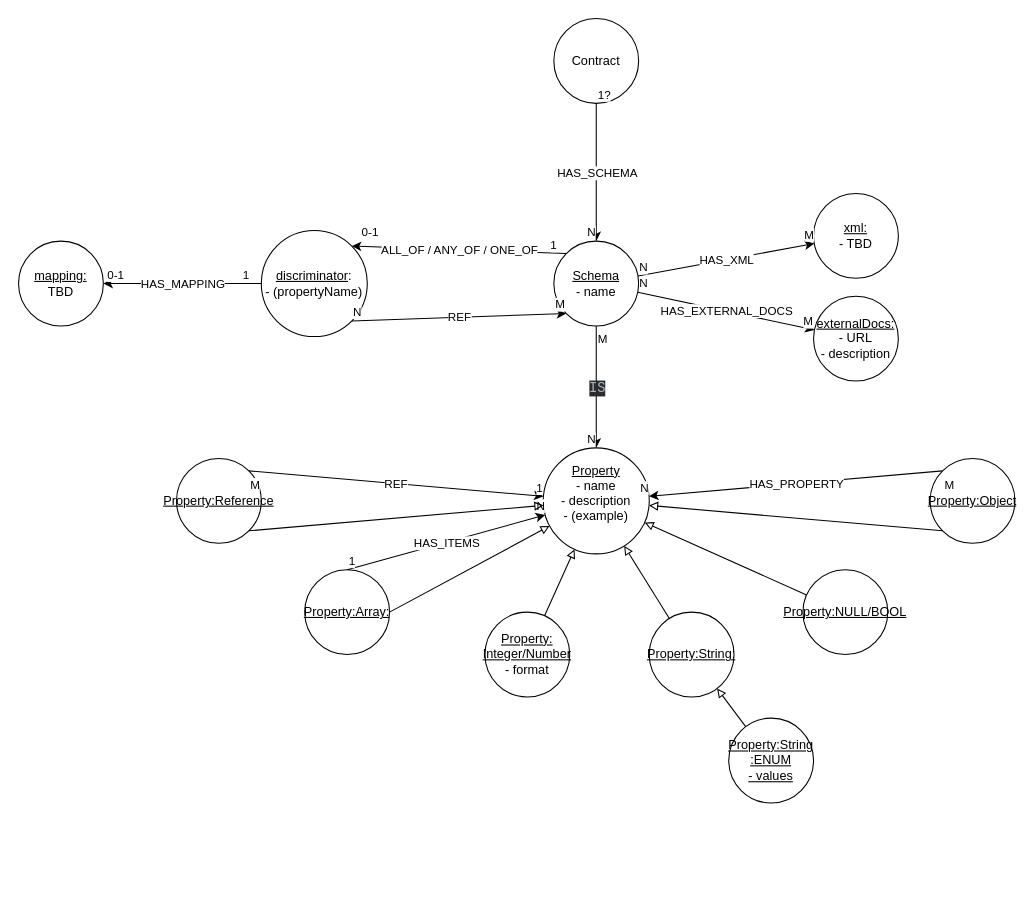
This is doc/topics/models/drawio files/Components.drawio from jqassistant-plugin/jqassistant-openapi-plugin, a draw.io file, before an edit. Source tidied: cells renumbered, new cells numbered last; positions are measured from the earlier drawing's top-left corner, leaving out a move shared by most shapes. Both pictures are drawn from the tidied source at 106%, with x=0, y=0 at pixel (18, 18).
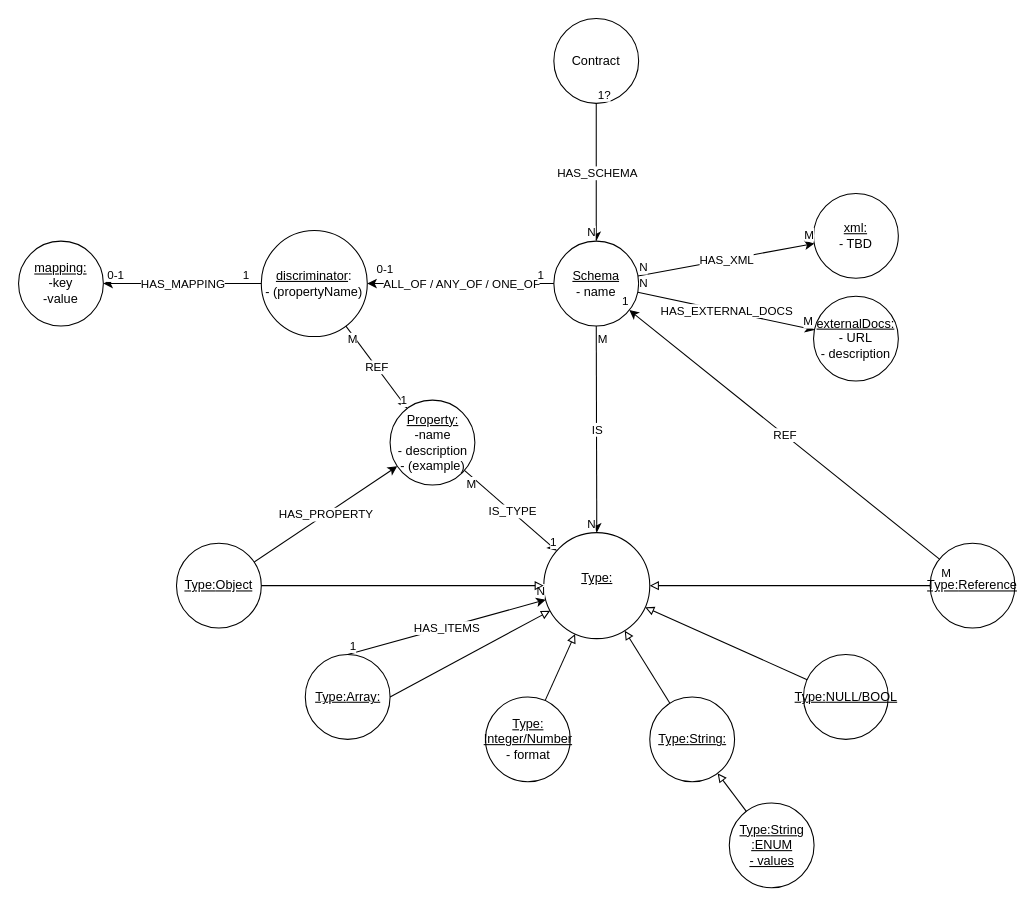
The same page after the edit.

Commit message (it also covers changes not shown here):
add docu + move description to property

Unchanged cells that the change refers to:
```xml
<mxCell id="3" value="&lt;div&gt;&lt;u&gt;Schema&lt;/u&gt;&lt;/div&gt;&lt;div&gt;- name&lt;/div&gt;" style="ellipse;whiteSpace=wrap;html=1;" parent="1" vertex="1">
  <mxGeometry x="505" y="210" width="80" height="80" as="geometry" />
</mxCell>
<mxCell id="9" style="endArrow=classic;html=1;rounded=0;" parent="1" edge="1" source="3" target="8">
  <mxGeometry relative="1" as="geometry" />
</mxCell>
<mxCell id="31" value="&lt;div&gt;&lt;u&gt;discriminator&lt;/u&gt;:&lt;/div&gt;&lt;div&gt;- (propertyName)&lt;/div&gt;" style="ellipse;whiteSpace=wrap;html=1;" parent="1" vertex="1">
  <mxGeometry x="229" y="200" width="100" height="100" as="geometry" />
</mxCell>
```

The edit, as a diff of the source:
```diff
@@
-    <mxCell id="8" value="&lt;div&gt;&lt;u&gt;Property&lt;/u&gt;&lt;/div&gt;&lt;div&gt;- name&lt;/div&gt;&lt;div&gt;- description&lt;/div&gt;&lt;div&gt;- (example)&lt;/div&gt;&lt;div&gt;&lt;br&gt;&lt;/div&gt;" style="ellipse;whiteSpace=wrap;html=1;" parent="1" vertex="1">
-      <mxGeometry x="495" y="405" width="100" height="100" as="geometry" />
+    <mxCell id="8" value="&lt;u&gt;Type:&lt;/u&gt;&lt;div&gt;&lt;br&gt;&lt;/div&gt;" style="ellipse;whiteSpace=wrap;html=1;" parent="1" vertex="1">
+      <mxGeometry x="495.5" y="485" width="100" height="100" as="geometry" />
     </mxCell>
@@
-    <mxCell id="10" value="&lt;div style=&quot;background-color: rgb(43, 43, 43); color: rgb(169, 183, 198); font-family: &amp;quot;JetBrains Mono&amp;quot;, monospace; font-size: 9.8pt;&quot;&gt;IS&lt;/div&gt;" style="edgeLabel;html=1;align=center;verticalAlign=middle;" parent="9" vertex="1">
+    <mxCell id="10" value="IS" style="edgeLabel;html=1;align=center;verticalAlign=middle;" parent="9" vertex="1">
       <mxGeometry relative="1" as="geometry" />
     </mxCell>
@@
-    <mxCell id="13" value="&lt;div&gt;&lt;u&gt;Property:NULL/BOOL&lt;/u&gt;&lt;/div&gt;" style="ellipse;whiteSpace=wrap;html=1;" parent="1" vertex="1">
-      <mxGeometry x="740" y="520" width="80" height="80" as="geometry" />
+    <mxCell id="13" value="&lt;div&gt;&lt;u&gt;Type:&lt;/u&gt;&lt;u&gt;NULL/BOOL&lt;/u&gt;&lt;/div&gt;" style="ellipse;whiteSpace=wrap;html=1;" parent="1" vertex="1">
+      <mxGeometry x="740.5" y="600" width="80" height="80" as="geometry" />
     </mxCell>
-    <mxCell id="14" value="&lt;div&gt;&lt;u&gt;Property:String:&lt;/u&gt;&lt;/div&gt;" style="ellipse;whiteSpace=wrap;html=1;" parent="1" vertex="1">
-      <mxGeometry x="595" y="560" width="80" height="80" as="geometry" />
+    <mxCell id="14" value="&lt;div&gt;&lt;u&gt;Type:&lt;/u&gt;&lt;u&gt;String:&lt;/u&gt;&lt;/div&gt;" style="ellipse;whiteSpace=wrap;html=1;" parent="1" vertex="1">
+      <mxGeometry x="595.5" y="640" width="80" height="80" as="geometry" />
     </mxCell>
-    <mxCell id="15" value="&lt;div&gt;&lt;u&gt;Property:Array:&lt;/u&gt;&lt;/div&gt;" style="ellipse;whiteSpace=wrap;html=1;" parent="1" vertex="1">
-      <mxGeometry x="270" y="520" width="80" height="80" as="geometry" />
+    <mxCell id="15" value="&lt;div&gt;&lt;u&gt;Type:&lt;/u&gt;&lt;u&gt;Array:&lt;/u&gt;&lt;/div&gt;" style="ellipse;whiteSpace=wrap;html=1;" parent="1" vertex="1">
+      <mxGeometry x="270.5" y="600" width="80" height="80" as="geometry" />
     </mxCell>
-    <mxCell id="16" value="&lt;u&gt;Property:Object&lt;/u&gt;" style="ellipse;whiteSpace=wrap;html=1;" parent="1" vertex="1">
-      <mxGeometry x="860" y="415" width="80" height="80" as="geometry" />
+    <mxCell id="16" value="&lt;u&gt;Type:&lt;/u&gt;&lt;u&gt;Object&lt;/u&gt;" style="ellipse;whiteSpace=wrap;html=1;" parent="1" vertex="1">
+      <mxGeometry x="149" y="495" width="80" height="80" as="geometry" />
     </mxCell>
-    <mxCell id="17" style="endArrow=classic;html=1;rounded=0;exitX=0;exitY=0;exitDx=0;exitDy=0;" parent="1" edge="1" source="16" target="8">
+    <mxCell id="17" style="endArrow=classic;html=1;rounded=0;" parent="1" edge="1" source="16" target="63">
       <mxGeometry relative="1" as="geometry" />
     </mxCell>
@@
-    <mxCell id="19" value="M" style="edgeLabel;html=1;align=left;verticalAlign=bottom;" parent="17" vertex="1">
-      <mxGeometry x="-1" relative="1" as="geometry">
-        <mxPoint y="21" as="offset" />
-      </mxGeometry>
-    </mxCell>
-    <mxCell id="20" value="N" style="edgeLabel;html=1;align=right;verticalAlign=bottom;" parent="17" vertex="1">
-      <mxGeometry x="1" relative="1" as="geometry" />
-    </mxCell>
@@
-    <mxCell id="25" value="&lt;div&gt;&lt;u&gt;Property:String&lt;br&gt;:ENUM&lt;/u&gt;&lt;/div&gt;&lt;div&gt;&lt;u&gt;- values&lt;br&gt;&lt;/u&gt;&lt;/div&gt;" style="ellipse;whiteSpace=wrap;html=1;" parent="1" vertex="1">
-      <mxGeometry x="670" y="660" width="80" height="80" as="geometry" />
+    <mxCell id="25" value="&lt;div&gt;&lt;u&gt;Type:&lt;/u&gt;&lt;u&gt;String&lt;br&gt;:ENUM&lt;/u&gt;&lt;/div&gt;&lt;div&gt;&lt;u&gt;- values&lt;br&gt;&lt;/u&gt;&lt;/div&gt;" style="ellipse;whiteSpace=wrap;html=1;" parent="1" vertex="1">
+      <mxGeometry x="670.5" y="740" width="80" height="80" as="geometry" />
     </mxCell>
-    <mxCell id="26" style="endArrow=block;html=1;rounded=0;endFill=0;exitX=0;exitY=1;exitDx=0;exitDy=0;" parent="1" edge="1" source="16" target="8">
+    <mxCell id="26" style="endArrow=block;html=1;rounded=0;endFill=0;" parent="1" edge="1" source="16" target="8">
       <mxGeometry relative="1" as="geometry" />
     </mxCell>
@@
-    <mxCell id="34" style="endArrow=classic;html=1;rounded=0;exitX=0;exitY=0;exitDx=0;exitDy=0;entryX=1;entryY=0;entryDx=0;entryDy=0;" parent="1" edge="1" source="3" target="31">
+    <mxCell id="34" style="endArrow=classic;html=1;rounded=0;" parent="1" edge="1" source="3" target="31">
       <mxGeometry relative="1" as="geometry" />
     </mxCell>
@@
-    <mxCell id="46" style="endArrow=classic;html=1;rounded=0;exitX=1;exitY=1;exitDx=0;exitDy=0;entryX=0;entryY=1;entryDx=0;entryDy=0;" parent="1" edge="1" source="31" target="3">
-      <mxGeometry relative="1" as="geometry" />
-    </mxCell>
-    <mxCell id="47" value="REF" style="edgeLabel;html=1;align=center;verticalAlign=middle;" parent="46" vertex="1">
-      <mxGeometry relative="1" as="geometry" />
-    </mxCell>
-    <mxCell id="48" value="N" style="edgeLabel;html=1;align=left;verticalAlign=bottom;" parent="46" vertex="1">
-      <mxGeometry x="-1" relative="1" as="geometry" />
-    </mxCell>
-    <mxCell id="49" value="M" style="edgeLabel;html=1;align=right;verticalAlign=bottom;" parent="46" vertex="1">
-      <mxGeometry x="1" relative="1" as="geometry" />
-    </mxCell>
-    <mxCell id="50" value="&lt;u&gt;mapping:&lt;/u&gt;&lt;br&gt;TBD" style="ellipse;whiteSpace=wrap;html=1;" parent="1" vertex="1">
+    <mxCell id="50" value="&lt;u&gt;mapping:&lt;/u&gt;&lt;br&gt;&lt;div&gt;-key&lt;/div&gt;&lt;div&gt;-value&lt;br&gt;&lt;/div&gt;" style="ellipse;whiteSpace=wrap;html=1;" parent="1" vertex="1">
       <mxGeometry y="210" width="80" height="80" as="geometry" />
     </mxCell>
@@
-    <mxCell id="55" value="&lt;u&gt;Property:Reference&lt;/u&gt;" style="ellipse;whiteSpace=wrap;html=1;" parent="1" vertex="1">
-      <mxGeometry x="149" y="415" width="80" height="80" as="geometry" />
+    <mxCell id="55" value="&lt;u&gt;Type:&lt;/u&gt;&lt;u&gt;Reference&lt;/u&gt;" style="ellipse;whiteSpace=wrap;html=1;" parent="1" vertex="1">
+      <mxGeometry x="860" y="495" width="80" height="80" as="geometry" />
     </mxCell>
-    <mxCell id="56" style="endArrow=block;html=1;rounded=0;endFill=0;exitX=1;exitY=1;exitDx=0;exitDy=0;" parent="1" edge="1" source="55" target="8">
+    <mxCell id="56" style="endArrow=block;html=1;rounded=0;endFill=0;" parent="1" edge="1" source="55" target="8">
       <mxGeometry relative="1" as="geometry" />
     </mxCell>
-    <mxCell id="57" style="endArrow=classic;html=1;rounded=0;exitX=1;exitY=0;exitDx=0;exitDy=0;" parent="1" edge="1" source="55" target="8">
+    <mxCell id="57" style="endArrow=classic;html=1;rounded=0;" parent="1" edge="1" source="55" target="3">
       <mxGeometry relative="1" as="geometry" />
     </mxCell>
@@
-    <mxCell id="61" value="&lt;div&gt;&lt;u&gt;Property:&lt;br&gt;Integer/Number&lt;/u&gt;&lt;/div&gt;&lt;div&gt;- format&lt;br&gt;&lt;/div&gt;" style="ellipse;whiteSpace=wrap;html=1;" parent="1" vertex="1">
-      <mxGeometry x="440" y="560" width="80" height="80" as="geometry" />
+    <mxCell id="61" value="&lt;div&gt;&lt;u&gt;Type:&lt;/u&gt;&lt;br&gt;&lt;u&gt;Integer/Number&lt;/u&gt;&lt;/div&gt;&lt;div&gt;- format&lt;br&gt;&lt;/div&gt;" style="ellipse;whiteSpace=wrap;html=1;" parent="1" vertex="1">
+      <mxGeometry x="440.5" y="640" width="80" height="80" as="geometry" />
     </mxCell>
@@
+    <mxCell id="63" value="&lt;div&gt;&lt;u&gt;Property:&lt;/u&gt;&lt;/div&gt;&lt;div&gt;-name&lt;br&gt;&lt;div&gt;- description&lt;/div&gt;&lt;/div&gt;&lt;div&gt;&lt;div&gt;- (example)&lt;/div&gt;&lt;/div&gt;" style="ellipse;whiteSpace=wrap;html=1;" parent="1" vertex="1">
+      <mxGeometry x="350.5" y="360" width="80" height="80" as="geometry" />
+    </mxCell>
+    <mxCell id="64" style="endArrow=classic;html=1;rounded=0;" parent="1" edge="1" source="31" target="63">
+      <mxGeometry relative="1" as="geometry" />
+    </mxCell>
+    <mxCell id="47" value="REF" style="edgeLabel;html=1;align=center;verticalAlign=middle;" parent="64" vertex="1">
+      <mxGeometry relative="1" as="geometry" />
+    </mxCell>
+    <mxCell id="65" value="M" style="edgeLabel;html=1;align=left;verticalAlign=bottom;" parent="64" vertex="1">
+      <mxGeometry x="-1" relative="1" as="geometry">
+        <mxPoint y="21" as="offset" />
+      </mxGeometry>
+    </mxCell>
+    <mxCell id="66" value="1" style="edgeLabel;html=1;align=right;verticalAlign=bottom;" parent="64" vertex="1">
+      <mxGeometry x="1" relative="1" as="geometry" />
+    </mxCell>
+    <mxCell id="67" style="endArrow=classic;html=1;rounded=0;" parent="1" edge="1" source="63" target="8">
+      <mxGeometry relative="1" as="geometry" />
+    </mxCell>
+    <mxCell id="68" value="IS_TYPE" style="edgeLabel;html=1;align=center;verticalAlign=middle;" parent="67" vertex="1">
+      <mxGeometry relative="1" as="geometry">
+        <mxPoint x="1" as="offset" />
+      </mxGeometry>
+    </mxCell>
+    <mxCell id="69" value="M" style="edgeLabel;html=1;align=left;verticalAlign=bottom;" parent="67" vertex="1">
+      <mxGeometry x="-1" relative="1" as="geometry">
+        <mxPoint y="21" as="offset" />
+      </mxGeometry>
+    </mxCell>
+    <mxCell id="70" value="1" style="edgeLabel;html=1;align=right;verticalAlign=bottom;" parent="67" vertex="1">
+      <mxGeometry x="1" relative="1" as="geometry" />
+    </mxCell>
```
